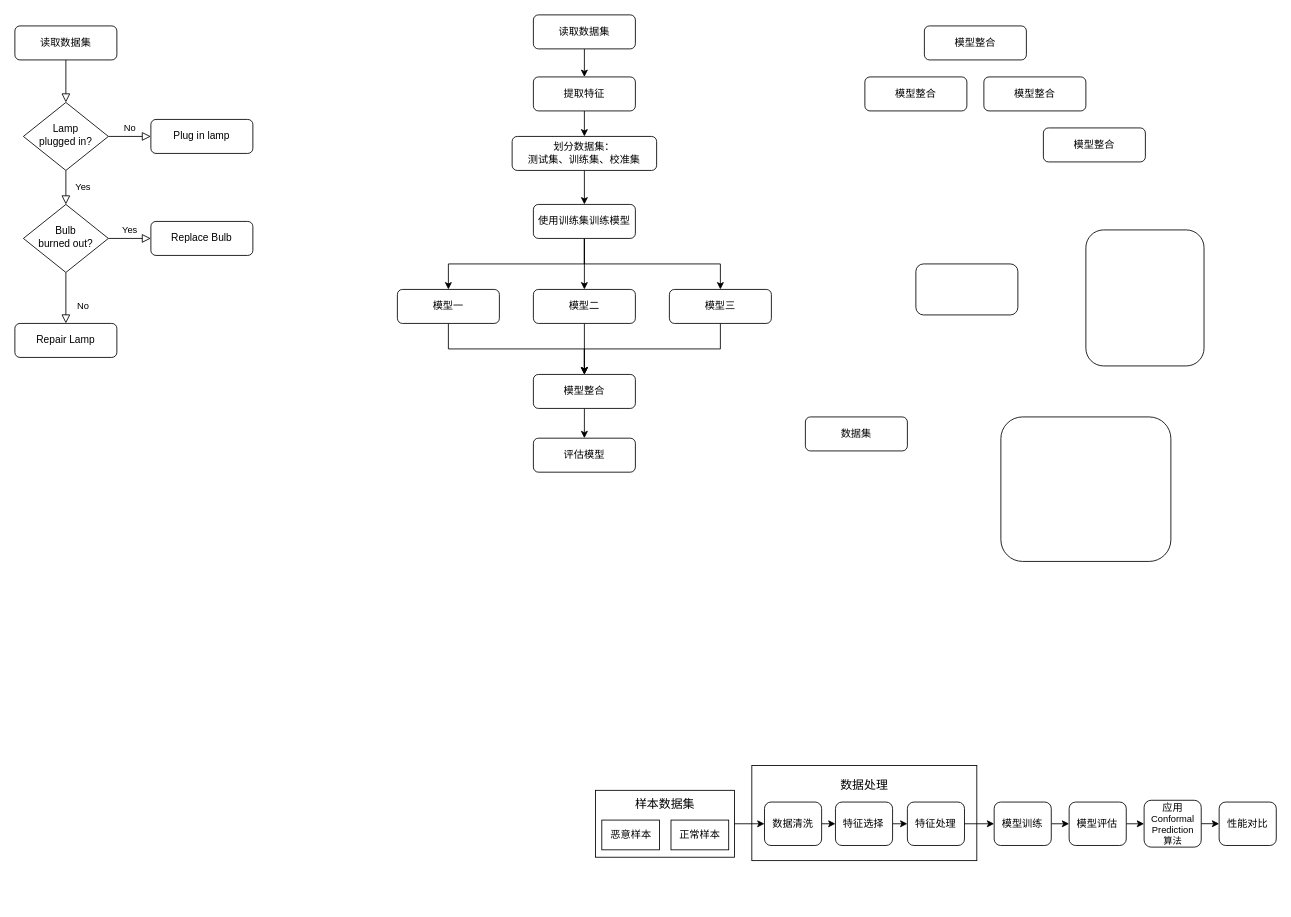
This is 未命名绘图.drawio from Wanwan0407/WanwanWork, a draw.io file, before an edit. Source tidied: cells renumbered, new cells numbered last; positions are measured from the earlier drawing's top-left corner, leaving out a move shared by most shapes. Both pictures are drawn from the tidied source at 85%, with x=0, y=0 at pixel (14, 14).
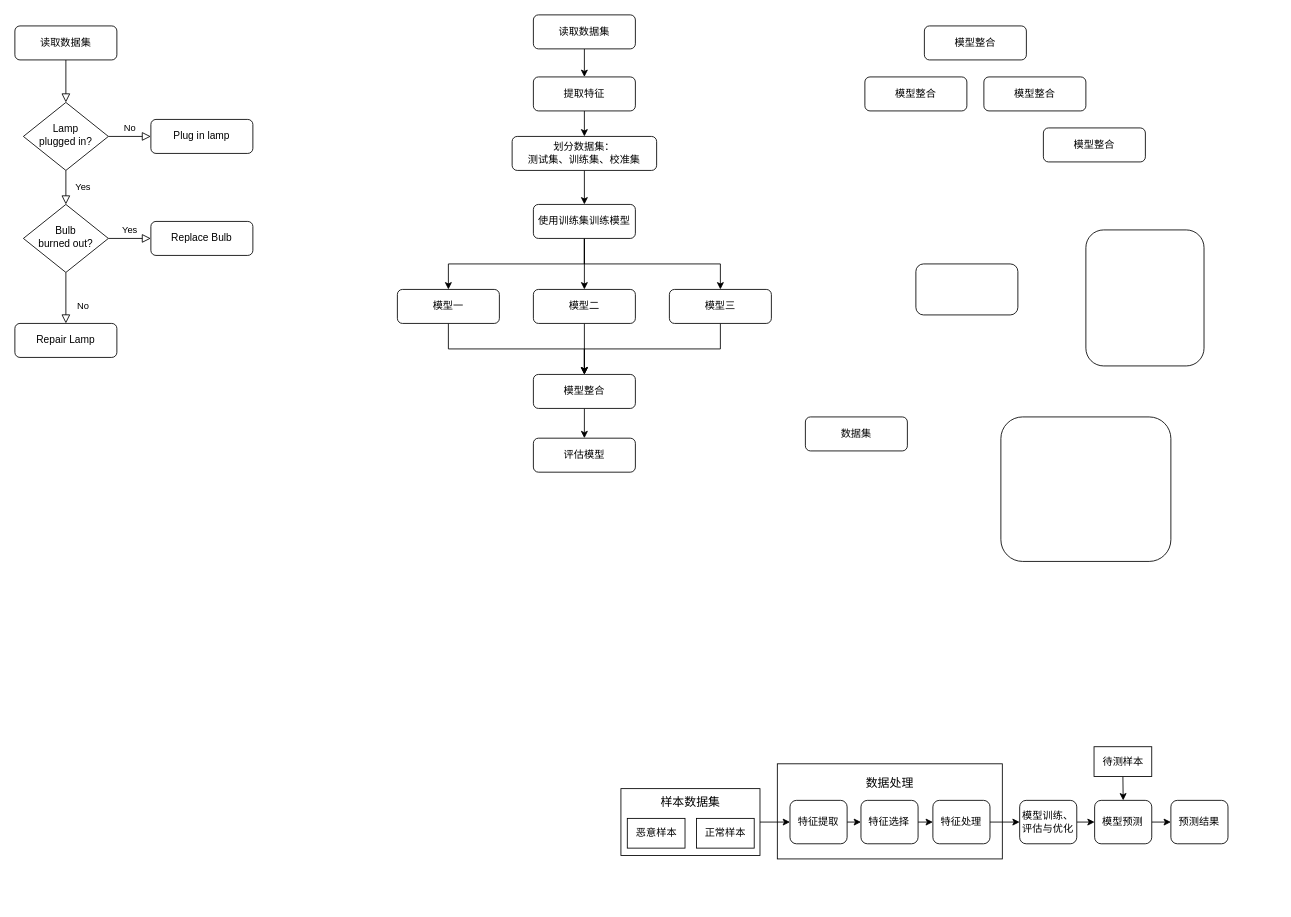
Above is the later version.

Commit message:
更新未命名绘图.drawio

The change refers to these unchanged cells:
```xml
<mxCell id="43" value="&lt;div&gt;&lt;br&gt;&lt;/div&gt;&lt;div&gt;&lt;br&gt;&lt;/div&gt;&lt;div&gt;&lt;br&gt;&lt;/div&gt;&lt;div&gt;&lt;font style=&quot;font-size: 14px;&quot;&gt;样本数据集&lt;/font&gt;&lt;/div&gt;&lt;div&gt;&lt;font size=&quot;3&quot;&gt;&lt;br&gt;&lt;/font&gt;&lt;/div&gt;&lt;div&gt;&lt;font size=&quot;3&quot;&gt;&lt;br&gt;&lt;/font&gt;&lt;/div&gt;&lt;div&gt;&lt;font size=&quot;3&quot;&gt;&lt;br&gt;&lt;/font&gt;&lt;/div&gt;&lt;div&gt;&lt;font size=&quot;3&quot;&gt;&lt;br&gt;&lt;/font&gt;&lt;/div&gt;&lt;div&gt;&lt;br&gt;&lt;/div&gt;" style="rounded=0;whiteSpace=wrap;html=1;" parent="42" vertex="1">
  <mxGeometry width="163.6" height="78.7" as="geometry" />
</mxCell>
<mxCell id="59" value="特征处理" style="rounded=1;whiteSpace=wrap;html=1;" parent="53" vertex="1">
  <mxGeometry x="183" y="51.1" width="67.2" height="51.1" as="geometry" />
</mxCell>
```

Change to the diagram source:
```diff
@@
-    <mxCell id="41" style="group;" parent="1" vertex="1">
-      <mxGeometry x="683" y="875" width="801" height="130" as="geometry" />
-    </mxCell>
+    <mxCell id="62" style="group;" parent="1" vertex="1">
+      <mxGeometry x="713" y="861" width="714.2" height="142" as="geometry" />
+    </mxCell>
-    <mxCell id="42" style="group;" parent="41" vertex="1">
-      <mxGeometry y="37.3" width="163.6" height="78.7" as="geometry" />
+    <mxCell id="42" style="group;" parent="62" vertex="1">
+      <mxGeometry y="49.3" width="163.6" height="78.7" as="geometry" />
     </mxCell>
@@
-    <mxCell id="46" style="edgeStyle=orthogonalEdgeStyle;rounded=0;jettySize=auto;html=1;exitX=1;exitY=0.5;exitDx=0;exitDy=0;entryX=0;entryY=0.5;entryDx=0;entryDy=0;" parent="41" edge="1" source="47" target="49">
+    <mxCell id="46" style="edgeStyle=orthogonalEdgeStyle;rounded=0;jettySize=auto;html=1;exitX=1;exitY=0.5;exitDx=0;exitDy=0;entryX=0;entryY=0.5;entryDx=0;entryDy=0;" parent="62" edge="1" source="47" target="49">
       <mxGeometry relative="1" as="geometry" />
     </mxCell>
-    <mxCell id="47" value="模型训练" style="rounded=1;whiteSpace=wrap;html=1;" parent="41" vertex="1">
-      <mxGeometry x="469.1" y="51.1" width="67.2" height="51.1" as="geometry" />
+    <mxCell id="47" value="模型训练、评估与优化" style="rounded=1;whiteSpace=wrap;html=1;" parent="62" vertex="1">
+      <mxGeometry x="469.1" y="63.1" width="67.2" height="51.1" as="geometry" />
     </mxCell>
-    <mxCell id="48" style="edgeStyle=orthogonalEdgeStyle;rounded=0;jettySize=auto;html=1;exitX=1;exitY=0.5;exitDx=0;exitDy=0;entryX=0;entryY=0.5;entryDx=0;entryDy=0;" parent="41" edge="1" source="49" target="51">
-      <mxGeometry relative="1" as="geometry" />
-    </mxCell>
+    <mxCell id="63" style="edgeStyle=orthogonalEdgeStyle;rounded=0;jettySize=auto;html=1;exitX=1;exitY=0.5;exitDx=0;exitDy=0;entryX=0;entryY=0.5;entryDx=0;entryDy=0;" parent="62" edge="1" source="49" target="52">
+      <mxGeometry relative="1" as="geometry" />
+    </mxCell>
-    <mxCell id="49" value="模型评估" style="rounded=1;whiteSpace=wrap;html=1;" parent="41" vertex="1">
-      <mxGeometry x="557.3" y="51.1" width="67.2" height="51.1" as="geometry" />
+    <mxCell id="49" value="模型预测" style="rounded=1;whiteSpace=wrap;html=1;" parent="62" vertex="1">
+      <mxGeometry x="557.3" y="63.1" width="67.2" height="51.1" as="geometry" />
     </mxCell>
-    <mxCell id="50" style="edgeStyle=orthogonalEdgeStyle;rounded=0;jettySize=auto;html=1;exitX=1;exitY=0.5;exitDx=0;exitDy=0;entryX=0;entryY=0.5;entryDx=0;entryDy=0;" parent="41" edge="1" source="51" target="52">
-      <mxGeometry relative="1" as="geometry" />
-    </mxCell>
-    <mxCell id="51" value="应用&lt;div style=&quot;font-size: 11px;&quot;&gt;&lt;span style=&quot;color: rgba(0, 0, 0, 0); font-family: monospace; text-align: start; text-wrap: nowrap; font-size: 0px;&quot;&gt;3E&lt;/span&gt;Conformal Prediction&lt;/div&gt;&lt;div style=&quot;font-size: 11px;&quot;&gt;算法&lt;/div&gt;" style="rounded=1;whiteSpace=wrap;html=1;" parent="41" vertex="1">
-      <mxGeometry x="645.5" y="49" width="67.2" height="55.1" as="geometry" />
-    </mxCell>
-    <mxCell id="52" value="性能对比" style="rounded=1;whiteSpace=wrap;html=1;" parent="41" vertex="1">
-      <mxGeometry x="733.8" y="51.1" width="67.2" height="51.1" as="geometry" />
+    <mxCell id="52" value="预测结果" style="rounded=1;whiteSpace=wrap;html=1;" parent="62" vertex="1">
+      <mxGeometry x="647" y="63.1" width="67.2" height="51.1" as="geometry" />
     </mxCell>
-    <mxCell id="53" style="group;" parent="41" vertex="1">
-      <mxGeometry x="184" width="264.7" height="130" as="geometry" />
+    <mxCell id="53" style="group;" parent="62" vertex="1">
+      <mxGeometry x="184" y="12" width="264.7" height="130" as="geometry" />
     </mxCell>
@@
-    <mxCell id="56" value="数据清洗" style="rounded=1;whiteSpace=wrap;html=1;" parent="53" vertex="1">
+    <mxCell id="56" value="特征提取" style="rounded=1;whiteSpace=wrap;html=1;" parent="53" vertex="1">
       <mxGeometry x="14.9" y="51.1" width="67.2" height="51.1" as="geometry" />
     </mxCell>
@@
-    <mxCell id="60" style="edgeStyle=orthogonalEdgeStyle;rounded=0;jettySize=auto;html=1;exitX=1;exitY=0.5;exitDx=0;exitDy=0;entryX=0;entryY=0.5;entryDx=0;entryDy=0;" parent="41" edge="1" source="59" target="47">
+    <mxCell id="60" style="edgeStyle=orthogonalEdgeStyle;rounded=0;jettySize=auto;html=1;exitX=1;exitY=0.5;exitDx=0;exitDy=0;entryX=0;entryY=0.5;entryDx=0;entryDy=0;" parent="62" edge="1" source="59" target="47">
       <mxGeometry relative="1" as="geometry" />
     </mxCell>
-    <mxCell id="61" style="edgeStyle=orthogonalEdgeStyle;rounded=0;jettySize=auto;html=1;exitX=1;exitY=0.5;exitDx=0;exitDy=0;entryX=0;entryY=0.5;entryDx=0;entryDy=0;" parent="41" edge="1" source="43" target="56">
+    <mxCell id="61" style="edgeStyle=orthogonalEdgeStyle;rounded=0;jettySize=auto;html=1;exitX=1;exitY=0.5;exitDx=0;exitDy=0;entryX=0;entryY=0.5;entryDx=0;entryDy=0;" parent="62" edge="1" source="43" target="56">
       <mxGeometry relative="1" as="geometry" />
     </mxCell>
+    <mxCell id="64" style="edgeStyle=orthogonalEdgeStyle;rounded=0;jettySize=auto;html=1;exitX=0.5;exitY=1;exitDx=0;exitDy=0;entryX=0.5;entryY=0;entryDx=0;entryDy=0;" parent="62" edge="1" source="65" target="49">
+      <mxGeometry relative="1" as="geometry" />
+    </mxCell>
+    <mxCell id="65" value="待测样本" style="rounded=0;whiteSpace=wrap;html=1;" parent="62" vertex="1">
+      <mxGeometry x="556.6" width="67.9" height="35" as="geometry" />
+    </mxCell>
```
